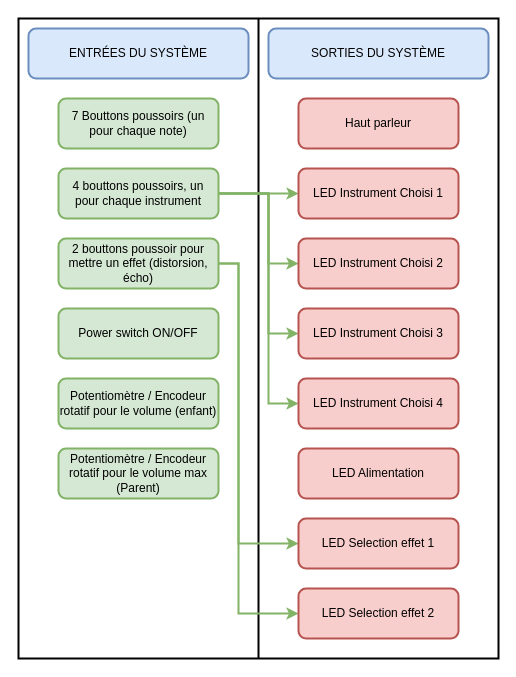
The draw.io diagram Schemas/Schema_Input_Output.drawio in Ithoh/ProjetSynthe, before the edit. Source tidied: cells renumbered, new cells numbered last; positions are measured from the earlier drawing's top-left corner, leaving out a move shared by most shapes. Both pictures are drawn from the tidied source at 100%, with x=0, y=0 at pixel (18, 18).
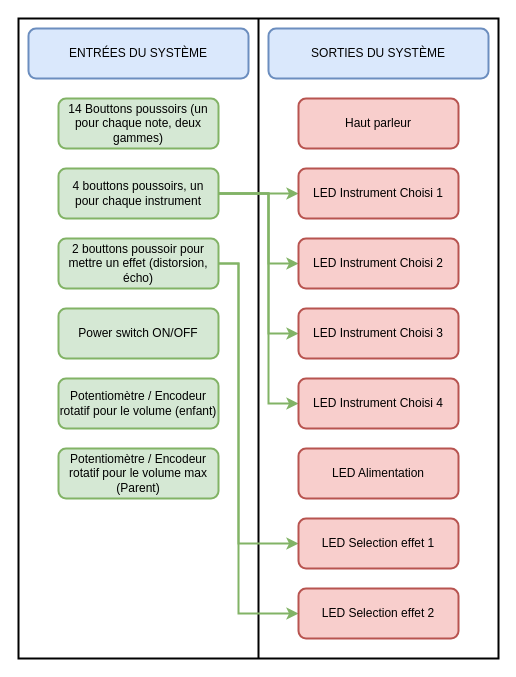
The same diagram, later.

Commit message (it also covers changes not shown here):
Modification du nombre de boutons + modif schema fonctionnel

The edit, as a diff of the source:
```diff
@@
-    <mxCell id="5" value="7 Bouttons poussoirs (un pour chaque note)" style="rounded=1;whiteSpace=wrap;html=1;strokeColor=#82b366;strokeWidth=2;fillColor=#d5e8d4;" parent="1" vertex="1">
+    <mxCell id="5" value="14 Bouttons poussoirs (un pour chaque note, deux gammes)" style="rounded=1;whiteSpace=wrap;html=1;strokeColor=#82b366;strokeWidth=2;fillColor=#d5e8d4;" parent="1" vertex="1">
       <mxGeometry x="40" y="80" width="160" height="50" as="geometry" />
     </mxCell>
```
